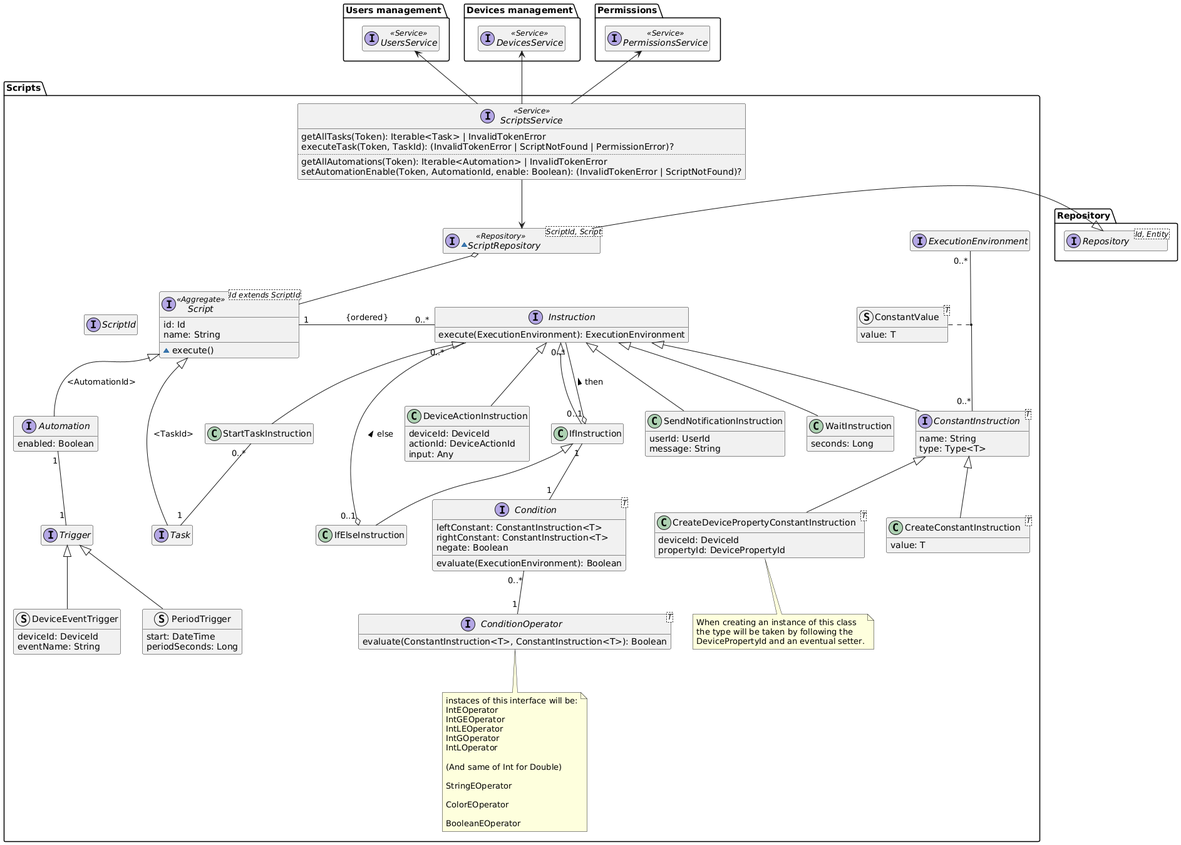
Above: diagrams/generated/scripts-domain-model.png in DomoticASW/.github (PlantUML), before the change.
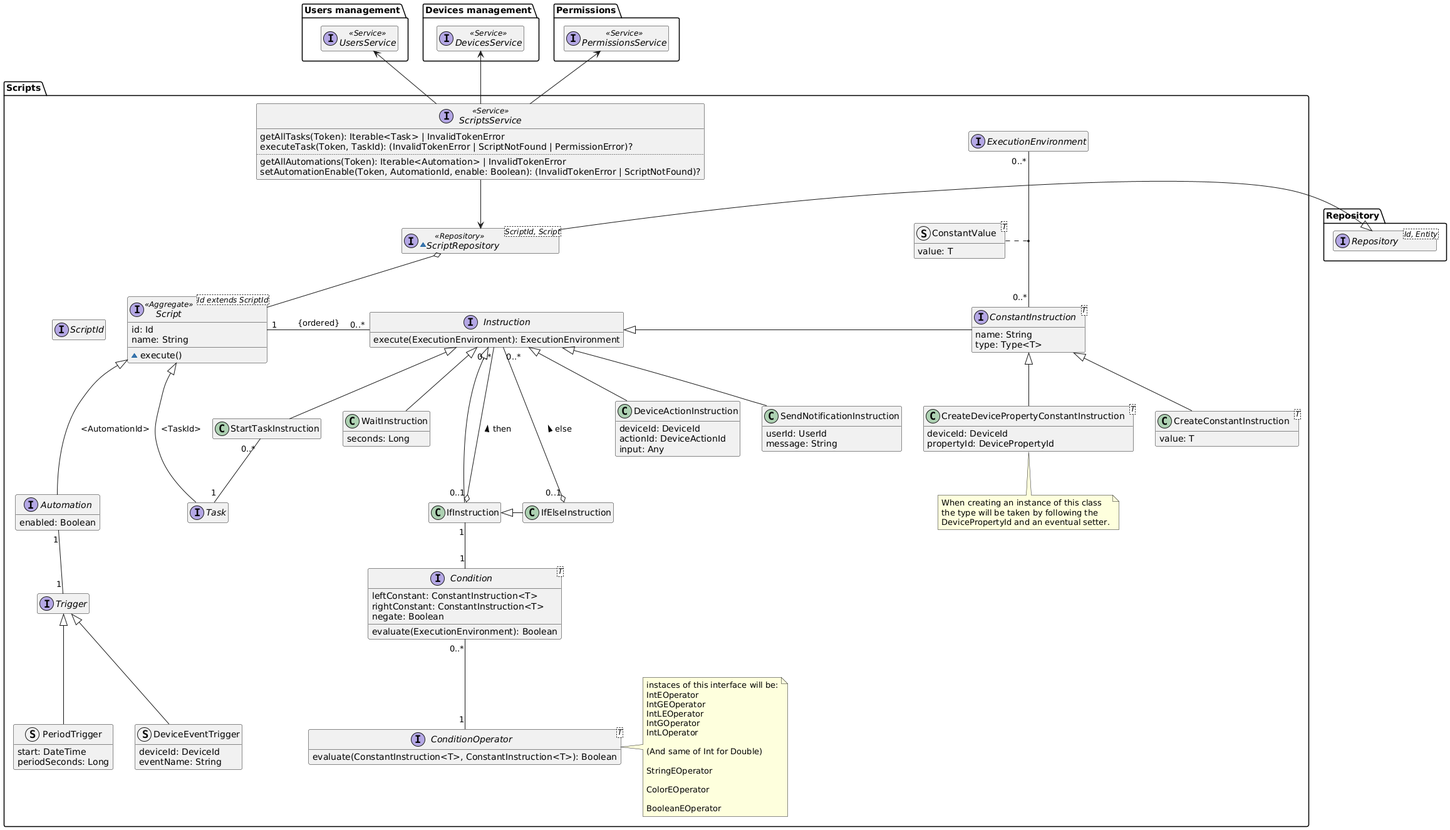
After the commit.

Commit message:
nicer format for scripts diagram

Change to the diagram source:
```diff
@@ -47,6 +47,7 @@
     interface Instruction {
         execute(ExecutionEnvironment): ExecutionEnvironment
     }
+    class StartTaskInstruction extends Instruction
 
     class DeviceActionInstruction extends Instruction {
         deviceId: DeviceId
@@ -54,9 +55,9 @@
         input: Any
     }
 
-    class IfInstruction extends Instruction
+    class IfInstruction
 
-    class IfElseInstruction extends IfInstruction
+    class IfElseInstruction
 
     class SendNotificationInstruction extends Instruction {
         userId: UserId
@@ -67,9 +68,7 @@
         seconds: Long
     }
 
-    class StartTaskInstruction extends Instruction
-
-    interface ConstantInstruction<T> extends Instruction {
+    interface ConstantInstruction<T> {
         name: String
         type: Type<T>
     }
@@ -99,7 +98,7 @@
         evaluate(ConstantInstruction<T>, ConstantInstruction<T>): Boolean
     }
 
-    note bottom of ConditionOperator
+    note right of ConditionOperator
         instaces of this interface will be:
         IntEOperator
         IntGEOperator
@@ -140,14 +139,17 @@
 
     Script -l[hidden] ScriptId
     Script <|-- Task : "<TaskId>"
-    Script <|-- Automation : "<AutomationId>"
+    Script <|--- Automation : "<AutomationId>"
     Automation "1" -- "1" Trigger
     Script "1" -r- "0..*" Instruction : "{ordered}"
-    IfInstruction "0..1" o-- "0..*" Instruction : "then >"
+    IfInstruction --u-|> Instruction
+    IfElseInstruction -l-|> IfInstruction
+    IfInstruction "0..1" o-u- "0..*" Instruction : "then >"
     IfInstruction "1" -- "1" Condition
-    IfElseInstruction "0..1" o-- "0..*" Instruction : "else >"
+    IfElseInstruction "0..1" o-u- "0..*" Instruction : "else >"
     StartTaskInstruction "0..*" -- "1" Task
     Condition "0..*" -- "1" ConditionOperator
+    ConstantInstruction -l-|> Instruction
     ScriptsService --> ScriptRepository
     ScriptsService -u-> Permissions.PermissionsService
     ScriptsService -u-> DevicesManagement.DevicesService
```
